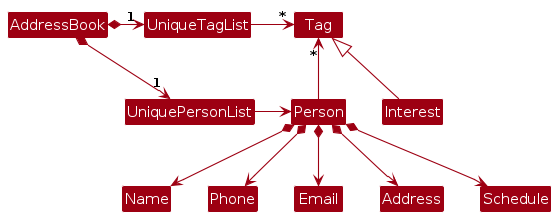
AY2324S2-CS2103-F15-4/tp keeps this PlantUML diagram as diagrams/BetterModelClassDiagram.png. Above is the earlier version. Its source is kept beside it as diagrams/BetterModelClassDiagram.puml. Its diagram source:
```plantuml
@startuml
!include style.puml
skinparam arrowThickness 1.1
skinparam arrowColor MODEL_COLOR
skinparam classBackgroundColor MODEL_COLOR

AddressBook *-right-> "1" UniquePersonList
AddressBook *-right-> "1" UniqueTagList
UniqueTagList -[hidden]down- UniquePersonList
UniqueTagList -[hidden]down- UniquePersonList

UniqueTagList -right-> "*" Tag
Tag <|-- Interest
UniquePersonList -right-> Person

Person -up-> "*" Tag

Person *--> Name
Person *--> Phone
Person *--> Email
Person *--> Address
Person *--> Schedule
@enduml
```
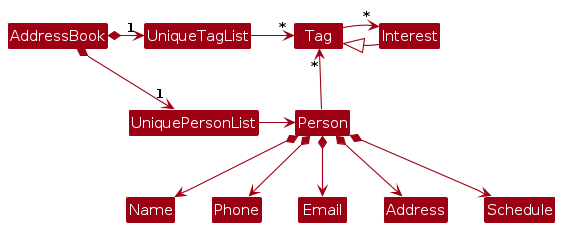
Above is the later version.

The edit, as a diff of the source:
```diff
@@ -14,6 +14,7 @@
 UniquePersonList -right-> Person
 
 Person -up-> "*" Tag
+Tag -> "*" Interest
 
 Person *--> Name
 Person *--> Phone
```
